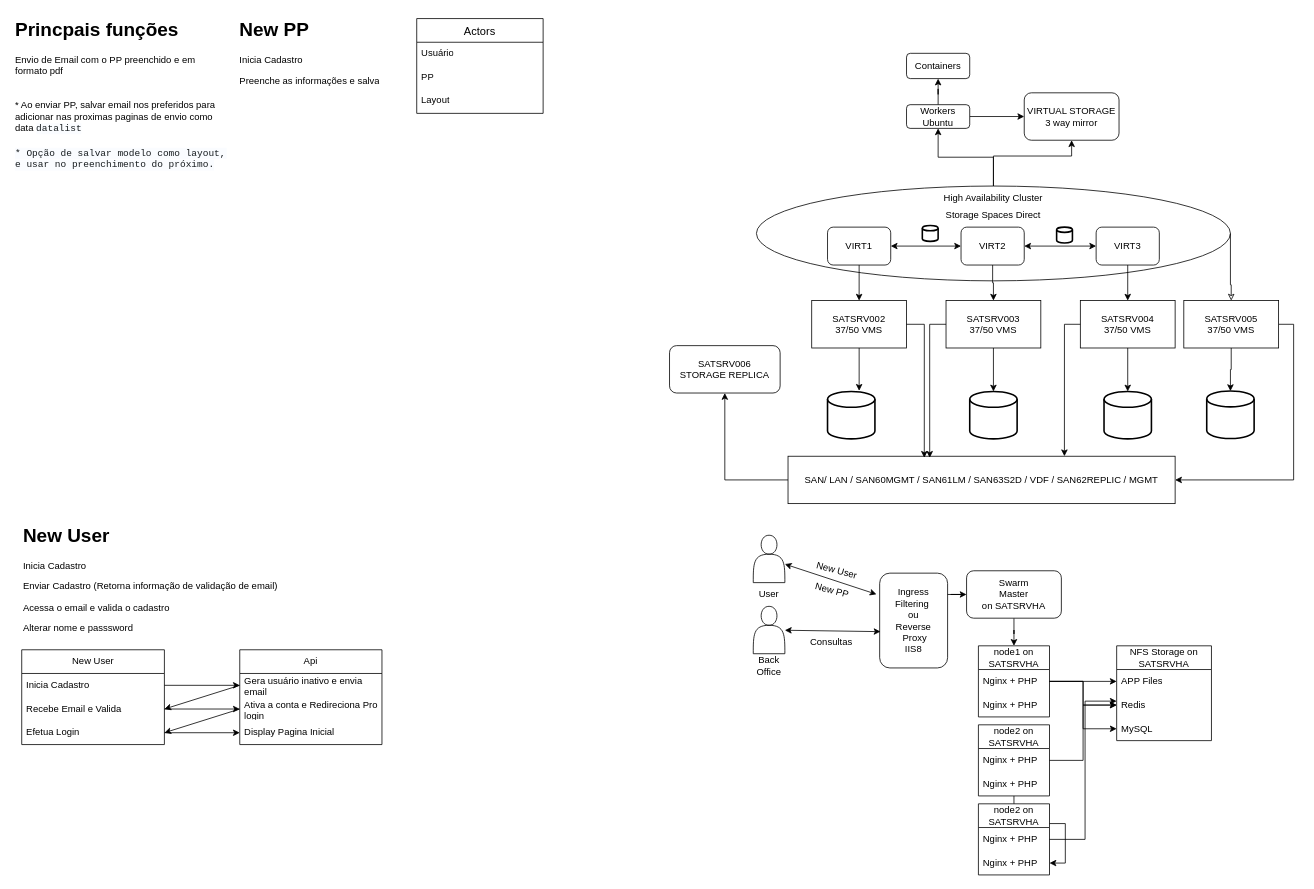
The draw.io diagram idea/idea.drawio in DiegoCarrilho/PlanoPastor, before the edit. Source tidied: cells renumbered, new cells numbered last; positions are measured from the earlier drawing's top-left corner, leaving out a move shared by most shapes. Both pictures are drawn from the tidied source at 79%, with x=0, y=0 at pixel (13, 13).
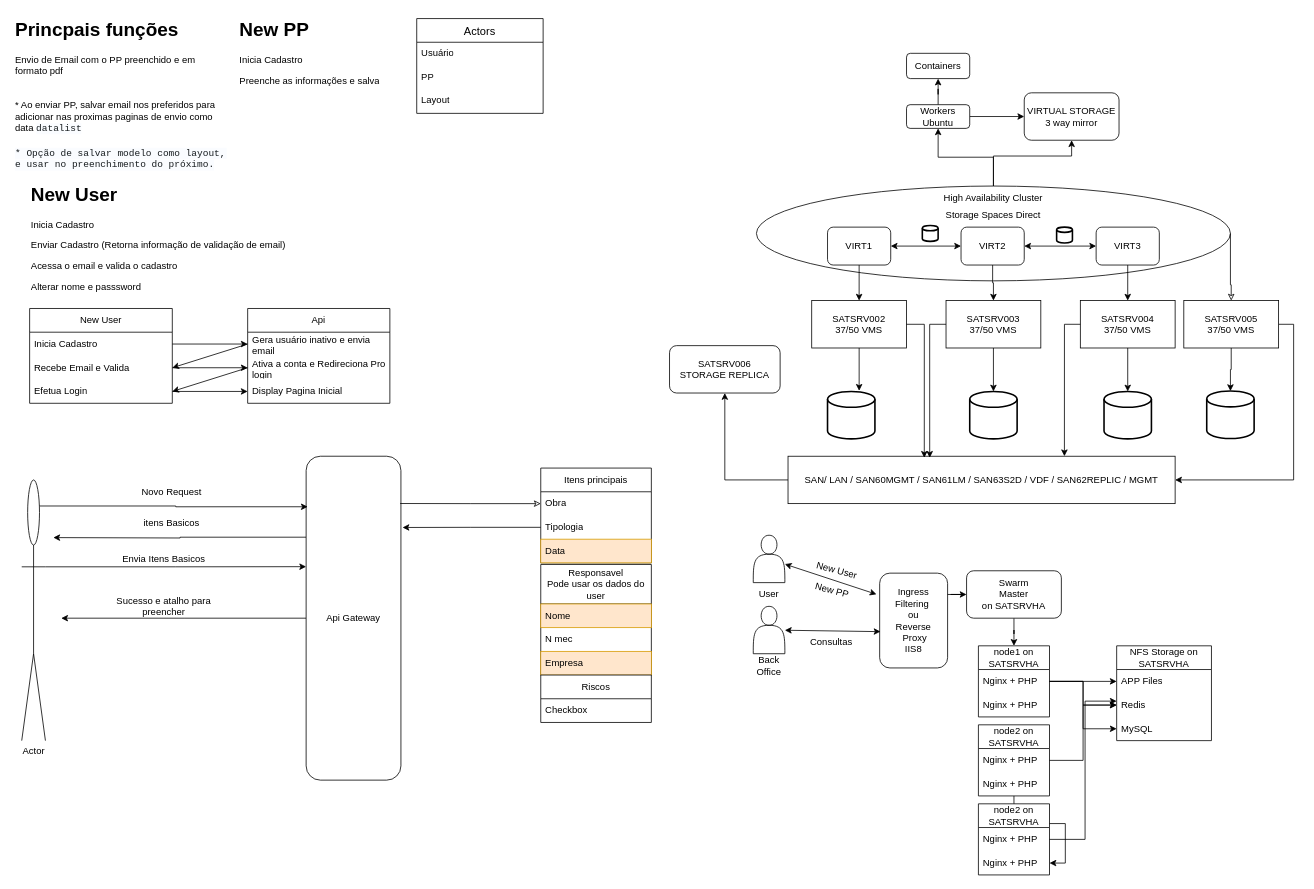
After the change.

The edit, as a diff of the source:
```diff
@@
     <mxCell id="22" value="&lt;h1 style=&quot;margin-top: 0px;&quot;&gt;New User&lt;/h1&gt;&lt;p&gt;Inicia Cadastro&lt;/p&gt;&lt;p&gt;Enviar Cadastro (Retorna informação de validação de email)&lt;/p&gt;&lt;p&gt;Acessa o email e valida o cadastro&lt;/p&gt;&lt;p&gt;Alterar nome e passsword&lt;/p&gt;" style="text;html=1;whiteSpace=wrap;overflow=hidden;rounded=0;" parent="1" vertex="1">
-      <mxGeometry x="10" y="640" width="340" height="155" as="geometry" />
+      <mxGeometry x="20" y="208" width="340" height="155" as="geometry" />
     </mxCell>
@@
     <mxCell id="82" value="New User" style="swimlane;fontStyle=0;horizontal=1;startSize=30;whiteSpace=wrap;html=1;" parent="1" vertex="1">
-      <mxGeometry x="10" y="805" width="180.6" height="120" as="geometry" />
+      <mxGeometry x="20" y="373" width="180.6" height="120" as="geometry" />
     </mxCell>
@@
     <mxCell id="86" value="Api" style="swimlane;fontStyle=0;horizontal=1;startSize=30;whiteSpace=wrap;html=1;" parent="1" vertex="1">
-      <mxGeometry x="286" y="805" width="180" height="120" as="geometry" />
+      <mxGeometry x="296" y="373" width="180" height="120" as="geometry" />
     </mxCell>
@@
+    <mxCell id="96" value="Actor" style="shape=umlActor;verticalLabelPosition=bottom;verticalAlign=top;html=1;outlineConnect=0;" parent="1" vertex="1">
+      <mxGeometry x="10" y="590" width="30" height="330" as="geometry" />
+    </mxCell>
+    <mxCell id="97" style="edgeStyle=orthogonalEdgeStyle;rounded=0;jettySize=auto;html=1;exitX=0;exitY=0.25;exitDx=0;exitDy=0;" parent="1" edge="1" source="99">
+      <mxGeometry relative="1" as="geometry">
+        <mxPoint x="50" y="663" as="targetPoint" />
+      </mxGeometry>
+    </mxCell>
+    <mxCell id="98" style="edgeStyle=orthogonalEdgeStyle;rounded=0;jettySize=auto;html=1;" parent="1" edge="1" source="99">
+      <mxGeometry relative="1" as="geometry">
+        <mxPoint x="60" y="765" as="targetPoint" />
+      </mxGeometry>
+    </mxCell>
+    <mxCell id="99" value="Api Gateway" style="rounded=1;whiteSpace=wrap;html=1;" parent="1" vertex="1">
+      <mxGeometry x="370" y="560" width="120" height="410" as="geometry" />
+    </mxCell>
+    <mxCell id="100" value="Itens principais" style="swimlane;fontStyle=0;horizontal=1;startSize=30;whiteSpace=wrap;html=1;" parent="1" vertex="1">
+      <mxGeometry x="667" y="575" width="140" height="120" as="geometry" />
+    </mxCell>
+    <mxCell id="101" value="Obra" style="text;align=left;verticalAlign=middle;spacingLeft=4;spacingRight=4;overflow=hidden;points=[[0,0.5],[1,0.5]];portConstraint=eastwest;whiteSpace=wrap;html=1;" parent="100" vertex="1">
+      <mxGeometry y="30" width="140" height="30" as="geometry" />
+    </mxCell>
+    <mxCell id="102" value="Tipologia" style="text;strokeColor=none;fillColor=none;align=left;verticalAlign=middle;spacingLeft=4;spacingRight=4;overflow=hidden;points=[[0,0.5],[1,0.5]];portConstraint=eastwest;whiteSpace=wrap;html=1;" parent="100" vertex="1">
+      <mxGeometry y="60" width="140" height="30" as="geometry" />
+    </mxCell>
+    <mxCell id="103" value="Data" style="text;strokeColor=#d79b00;fillColor=#ffe6cc;align=left;verticalAlign=middle;spacingLeft=4;spacingRight=4;overflow=hidden;whiteSpace=wrap;html=1;" parent="100" vertex="1">
+      <mxGeometry y="90" width="140" height="30" as="geometry" />
+    </mxCell>
+    <mxCell id="104" value="Responsavel&lt;div&gt;Pode usar os dados do user&lt;/div&gt;" style="swimlane;fontStyle=0;horizontal=1;startSize=50;whiteSpace=wrap;html=1;" parent="1" vertex="1">
+      <mxGeometry x="667" y="697" width="140" height="140" as="geometry" />
+    </mxCell>
+    <mxCell id="105" value="Nome" style="text;strokeColor=#d79b00;fillColor=#ffe6cc;align=left;verticalAlign=middle;spacingLeft=4;spacingRight=4;overflow=hidden;whiteSpace=wrap;html=1;" parent="104" vertex="1">
+      <mxGeometry y="50" width="140" height="30" as="geometry" />
+    </mxCell>
+    <mxCell id="106" value="N mec" style="text;align=left;verticalAlign=middle;spacingLeft=4;spacingRight=4;overflow=hidden;whiteSpace=wrap;html=1;" parent="104" vertex="1">
+      <mxGeometry y="80" width="140" height="30" as="geometry" />
+    </mxCell>
+    <mxCell id="107" value="Empresa" style="text;strokeColor=#d79b00;fillColor=#ffe6cc;align=left;verticalAlign=middle;spacingLeft=4;spacingRight=4;overflow=hidden;whiteSpace=wrap;html=1;" parent="104" vertex="1">
+      <mxGeometry y="110" width="140" height="30" as="geometry" />
+    </mxCell>
+    <mxCell id="108" value="Riscos" style="swimlane;fontStyle=0;horizontal=1;startSize=30;whiteSpace=wrap;html=1;" parent="1" vertex="1">
+      <mxGeometry x="667" y="837" width="140" height="60" as="geometry" />
+    </mxCell>
+    <mxCell id="109" value="Checkbox" style="text;strokeColor=none;fillColor=none;align=left;verticalAlign=middle;spacingLeft=4;spacingRight=4;overflow=hidden;whiteSpace=wrap;html=1;" parent="108" vertex="1">
+      <mxGeometry y="30" width="140" height="30" as="geometry" />
+    </mxCell>
+    <mxCell id="110" value="Novo Request" style="text;html=1;align=center;verticalAlign=middle;whiteSpace=wrap;rounded=0;" parent="1" vertex="1">
+      <mxGeometry x="120" y="590" width="160" height="30" as="geometry" />
+    </mxCell>
+    <mxCell id="111" style="edgeStyle=orthogonalEdgeStyle;rounded=0;jettySize=auto;html=1;entryX=0.992;entryY=0.146;entryDx=0;entryDy=0;entryPerimeter=0;startArrow=classic;startFill=0;endArrow=none;" parent="1" edge="1" source="101" target="99">
+      <mxGeometry relative="1" as="geometry" />
+    </mxCell>
+    <mxCell id="112" style="edgeStyle=orthogonalEdgeStyle;rounded=0;jettySize=auto;html=1;entryX=1.017;entryY=0.22;entryDx=0;entryDy=0;entryPerimeter=0;" parent="1" edge="1" source="102" target="99">
+      <mxGeometry relative="1" as="geometry" />
+    </mxCell>
+    <mxCell id="113" value="itens Basicos" style="text;html=1;align=center;verticalAlign=middle;whiteSpace=wrap;rounded=0;" parent="1" vertex="1">
+      <mxGeometry x="120" y="630" width="160" height="30" as="geometry" />
+    </mxCell>
+    <mxCell id="114" style="edgeStyle=orthogonalEdgeStyle;rounded=0;jettySize=auto;html=1;exitX=0.75;exitY=0.1;exitDx=0;exitDy=0;exitPerimeter=0;entryX=0.017;entryY=0.156;entryDx=0;entryDy=0;entryPerimeter=0;" parent="1" edge="1" source="96" target="99">
+      <mxGeometry relative="1" as="geometry" />
+    </mxCell>
+    <mxCell id="115" style="edgeStyle=orthogonalEdgeStyle;rounded=0;jettySize=auto;html=1;exitX=1;exitY=0.3333333333333333;exitDx=0;exitDy=0;exitPerimeter=0;entryX=0;entryY=0.341;entryDx=0;entryDy=0;entryPerimeter=0;" parent="1" edge="1" source="96" target="99">
+      <mxGeometry relative="1" as="geometry" />
+    </mxCell>
+    <mxCell id="116" value="Envia Itens Basicos" style="text;html=1;align=center;verticalAlign=middle;whiteSpace=wrap;rounded=0;" parent="1" vertex="1">
+      <mxGeometry x="110" y="675" width="160" height="30" as="geometry" />
+    </mxCell>
+    <mxCell id="117" value="Sucesso e atalho para preencher" style="text;html=1;align=center;verticalAlign=middle;whiteSpace=wrap;rounded=0;" parent="1" vertex="1">
+      <mxGeometry x="110" y="735" width="160" height="30" as="geometry" />
+    </mxCell>
```
